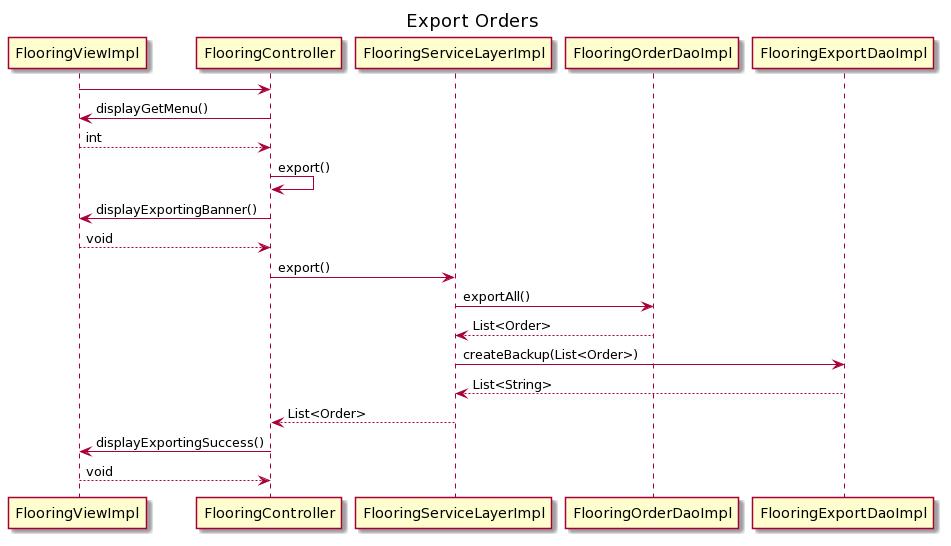
Before: UML/FloorPlanning/FloorPlanningSequenceDiagramExport.png, a diagram exported from PlantUML (rtdonin/JavaClasswork).
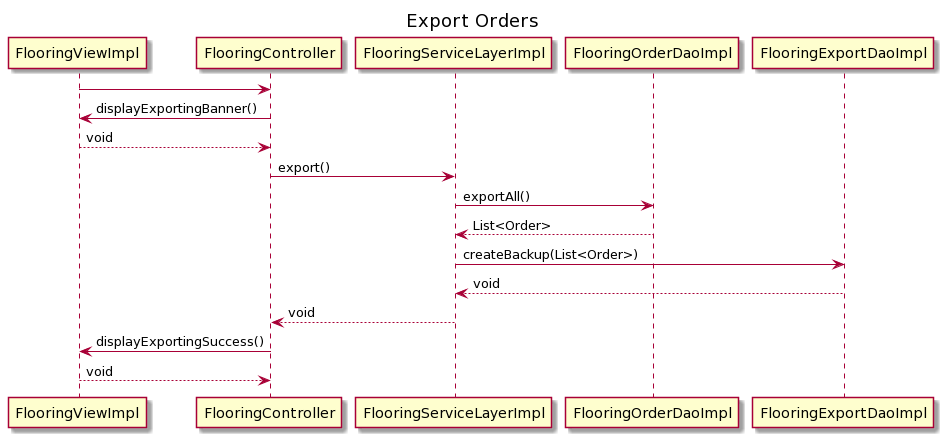
The same diagram one commit later.

Change to the diagram source:
```diff
@@ -5,17 +5,14 @@
 Title Export Orders
 
 FlooringViewImpl -> FlooringController
-FlooringController -> FlooringViewImpl : displayGetMenu()
-FlooringViewImpl --> FlooringController : int
-FlooringController -> FlooringController : export()
 FlooringController -> FlooringViewImpl : displayExportingBanner()
 FlooringViewImpl --> FlooringController : void
 FlooringController -> FlooringServiceLayerImpl :  export()
 FlooringServiceLayerImpl -> FlooringOrderDaoImpl : exportAll()
 FlooringOrderDaoImpl --> FlooringServiceLayerImpl : List<Order>
 FlooringServiceLayerImpl -> FlooringExportDaoImpl : createBackup(List<Order>)
-FlooringExportDaoImpl --> FlooringServiceLayerImpl : List<String>
-FlooringServiceLayerImpl --> FlooringController : List<Order>
+FlooringExportDaoImpl --> FlooringServiceLayerImpl : void
+FlooringServiceLayerImpl --> FlooringController : void
 FlooringController -> FlooringViewImpl : displayExportingSuccess()
 FlooringViewImpl --> FlooringController : void
 @enduml
```
